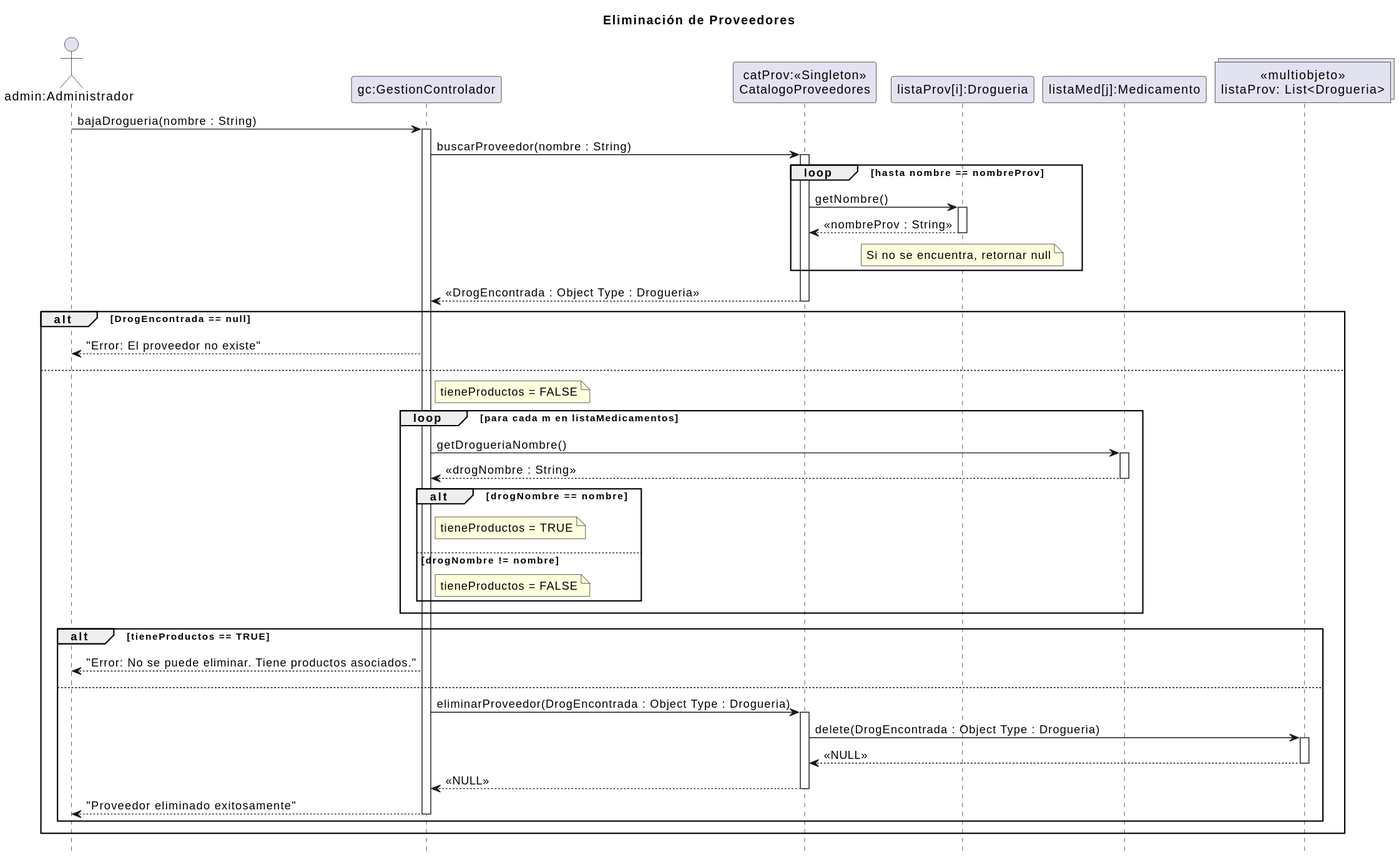
Before: 08 - Diagramas de Secuencia de Diseño/EliminaciondeProveedor/EliminacionProveedores.svg, a diagram exported from PlantUML (zEzequR/PF-I).
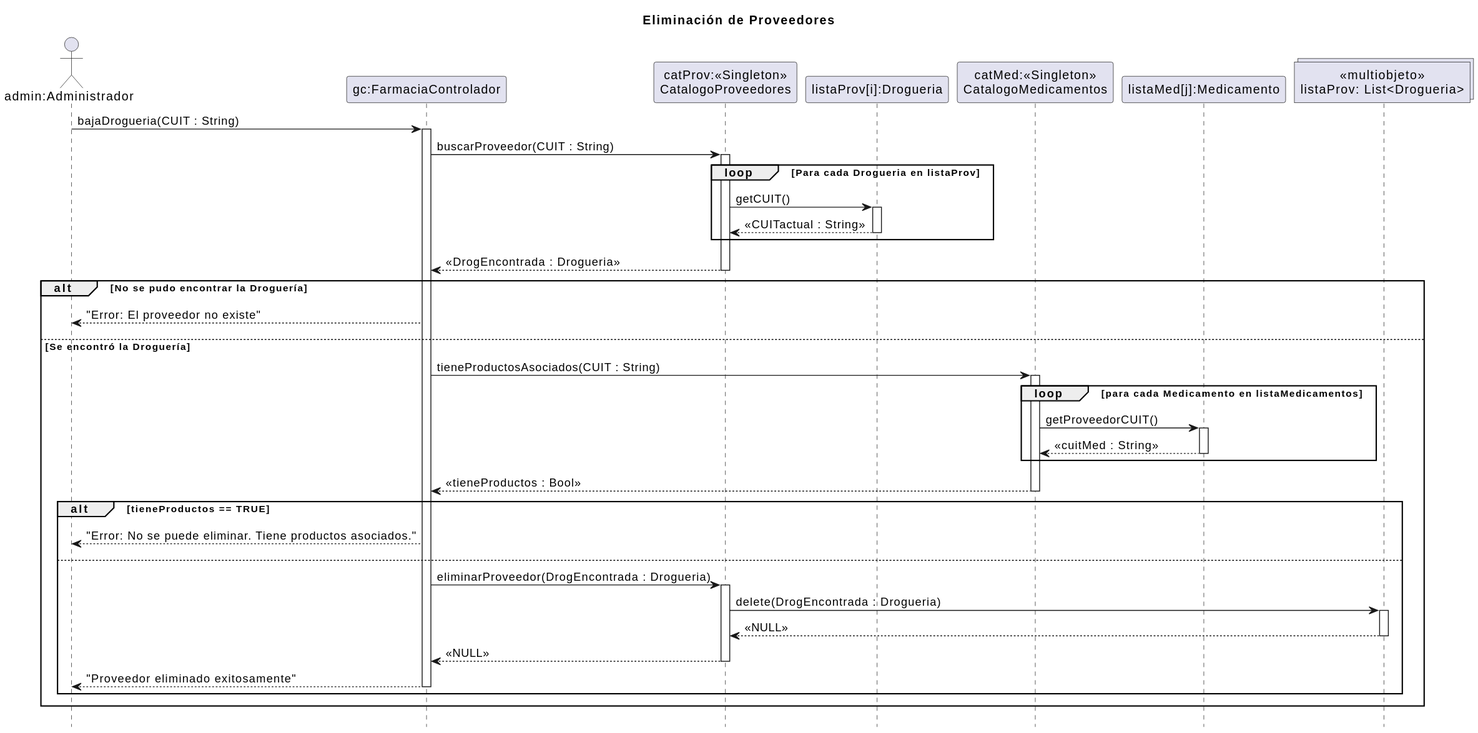
After the change.

Change to the diagram source:
```diff
@@ -4,59 +4,53 @@
 title Eliminación de Proveedores
 
 actor "admin:Administrador" as admin
-participant "gc:GestionControlador" as gc
+participant "gc:FarmaciaControlador" as gc
 participant "catProv:<<Singleton>>\nCatalogoProveedores" as catProv
 participant "listaProv[i]:Drogueria" as arrayProv
+participant "catMed:<<Singleton>>\nCatalogoMedicamentos" as catMed
 participant "listaMed[j]:Medicamento" as arrayMed
 collections "«multiobjeto»\nlistaProv: List<Drogueria>" as lista_drog
 
-admin -> gc : bajaDrogueria(nombre : String)
+admin -> gc : bajaDrogueria(CUIT : String)
 activate gc
 
-gc -> catProv : buscarProveedor(nombre : String)
+gc -> catProv : buscarProveedor(CUIT : String)
 activate catProv
 
-loop hasta nombre == nombreProv
-    catProv -> arrayProv : getNombre()
+loop Para cada Drogueria en listaProv
+    catProv -> arrayProv : getCUIT()
     activate arrayProv
-    arrayProv --> catProv : <<nombreProv : String>>
+    arrayProv --> catProv : <<CUITactual : String>>
     deactivate arrayProv
-    note over of arrayProv: Si no se encuentra, retornar null
 end
 
-catProv --> gc : <<DrogEncontrada : Object Type : Drogueria>>
+catProv --> gc : <<DrogEncontrada : Drogueria>>
 
 deactivate catProv
 
-alt DrogEncontrada == null
+alt No se pudo encontrar la Droguería
     gc --> admin : "Error: El proveedor no existe"
-else
-    note right of gc
-        tieneProductos = FALSE
-    end note
-    loop para cada m en listaMedicamentos
-        gc -> arrayMed : getDrogueriaNombre()
+else Se encontró la Droguería
+
+    gc -> catMed : tieneProductosAsociados(CUIT : String)
+    activate catMed
+
+    loop para cada Medicamento en listaMedicamentos
+        catMed -> arrayMed : getProveedorCUIT()
         activate arrayMed
-        arrayMed --> gc : <<drogNombre : String>>
+        arrayMed --> catMed : << cuitMed : String >>
         deactivate arrayMed
-        alt drogNombre == nombre
-            note right of gc
-                tieneProductos = TRUE
-            end note
-        else drogNombre != nombre
-            note right of gc
-                tieneProductos = FALSE
-            end note
-        end
     end
 
+    catMed --> gc : << tieneProductos : Bool >>
+    deactivate catMed
 
     alt tieneProductos == TRUE
         gc --> admin : "Error: No se puede eliminar. Tiene productos asociados."
     else
-        gc -> catProv : eliminarProveedor(DrogEncontrada : Object Type : Drogueria)
+        gc -> catProv : eliminarProveedor(DrogEncontrada : Drogueria)
         activate catProv
-        catProv -> lista_drog : delete(DrogEncontrada : Object Type : Drogueria)
+        catProv -> lista_drog : delete(DrogEncontrada : Drogueria)
         activate lista_drog
         lista_drog --> catProv : <<NULL>>
         deactivate lista_drog
```
